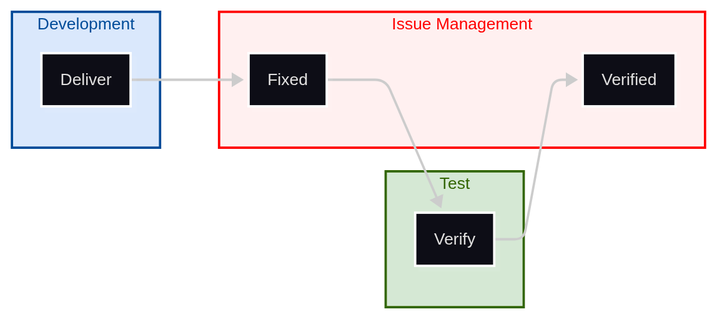
This is schemas/manual-test.fix.png from alxroyer/edu-test-management, a Mermaid export, as it was before one commit. Its source is kept beside it as schemas/manual-test.fix.mermaid.
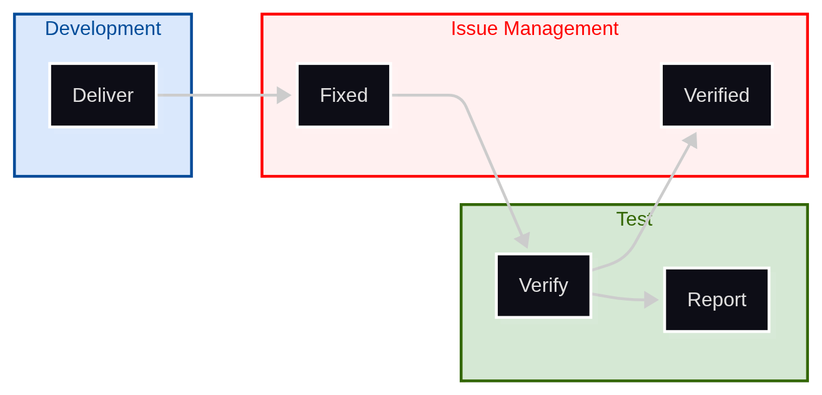
After the commit.

Diff of the diagram source:
```diff
@@ -9,7 +9,7 @@
 style Test color: #336600, stroke: #336600, stroke-width: 2px, fill: #D5E8D4
 Fixed --> Verify
 subgraph Test
-    Verify
+    Verify --> Report
 end
 Verify --> Verified
 
```
